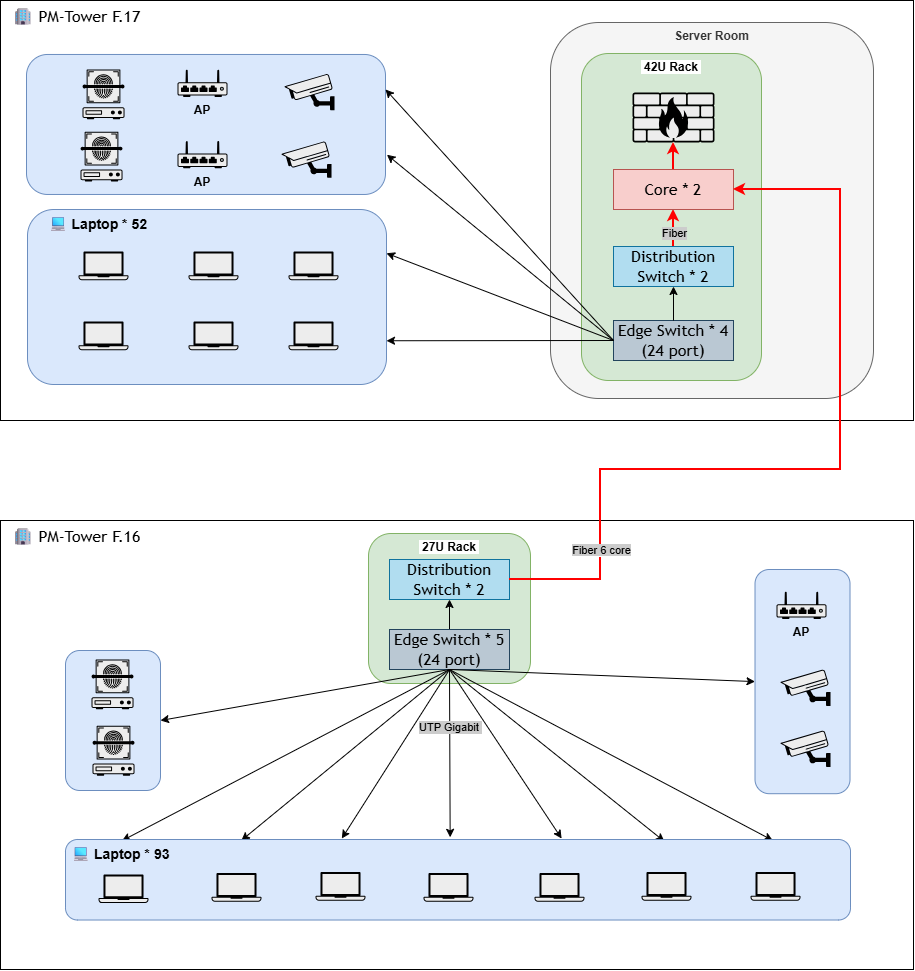
Anurak-Creator/ANURAK-HOMELAB keeps this draw.io diagram as docs/PMTower16-17.drawio.png. Above is the earlier version. Source tidied: cells renumbered, new cells last; positions are measured from the earlier drawing's top-left corner, leaving out a move shared by most shapes.
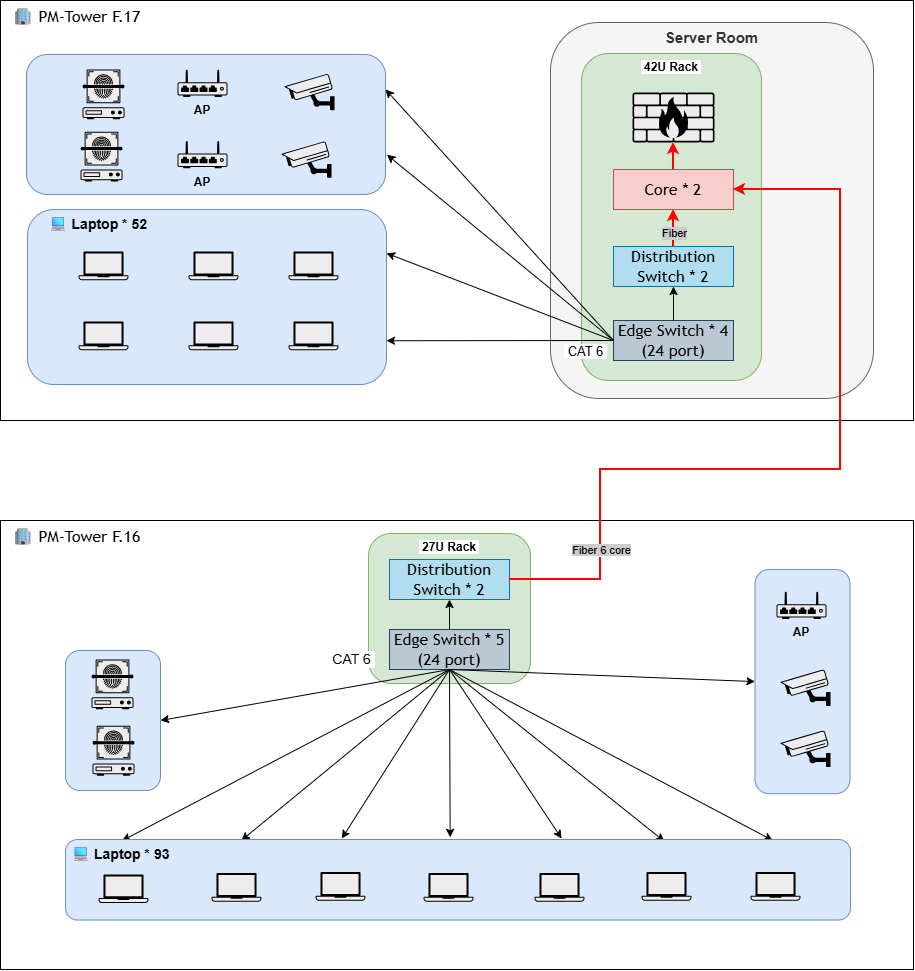
The same diagram one commit later.

Change to the diagram source:
```diff
@@ -38,9 +38,9 @@
     <mxCell id="13" style="endArrow=classic;html=1;rounded=0;exitX=0.5;exitY=1;exitDx=0;exitDy=0;entryX=0.49;entryY=-0.027;entryDx=0;entryDy=0;entryPerimeter=0;" parent="1" edge="1" source="8" target="29">
       <mxGeometry relative="1" as="geometry" />
     </mxCell>
-    <mxCell id="14" value="UTP Gigabit&amp;nbsp;" style="edgeLabel;html=1;align=center;verticalAlign=middle;labelBackgroundColor=#CCCCCC;" parent="13" vertex="1">
+    <mxCell id="14" value="&amp;nbsp;CAT 6&amp;nbsp;" style="edgeLabel;html=1;align=center;verticalAlign=middle;labelBackgroundColor=#FFFFFF;fontSize=14;" parent="13" vertex="1">
       <mxGeometry x="-0.5" y="1" relative="1" as="geometry">
-        <mxPoint x="-1" y="16" as="offset" />
+        <mxPoint x="-100" y="-52" as="offset" />
       </mxGeometry>
     </mxCell>
     <mxCell id="15" style="endArrow=classic;html=1;rounded=0;exitX=0.5;exitY=1;exitDx=0;exitDy=0;entryX=0.632;entryY=-0.012;entryDx=0;entryDy=0;entryPerimeter=0;" parent="1" edge="1" source="8" target="29">
@@ -76,7 +76,7 @@
     <mxCell id="25" style="shape=mxgraph.networks2.icon;fillColor=#EDEDED;strokeColor=#000000;gradientColor=#5B6163;network2IconShadow=1;network2bgFillColor=none;labelPosition=center;verticalLabelPosition=bottom;align=center;verticalAlign=top;network2Icon=mxgraph.networks2.laptop;network2IconW=1;network2IconH=0.5734;" parent="18" vertex="1">
       <mxGeometry x="261" y="150" width="50" height="28.7" as="geometry" />
     </mxCell>
-    <mxCell id="26" value="&lt;b&gt;Server Room&lt;/b&gt;" style="rounded=1;whiteSpace=wrap;html=1;verticalAlign=top;align=center;fillColor=#f5f5f5;fontColor=#333333;strokeColor=#666666;" parent="1" vertex="1">
+    <mxCell id="26" value="&lt;b&gt;&lt;font style=&quot;font-size: 15px;&quot;&gt;Server Room&lt;/font&gt;&lt;/b&gt;" style="rounded=1;whiteSpace=wrap;html=1;verticalAlign=top;align=center;fillColor=#f5f5f5;fontColor=#333333;strokeColor=#666666;" parent="1" vertex="1">
       <mxGeometry x="550" y="22" width="323" height="376" as="geometry" />
     </mxCell>
     <mxCell id="27" style="shape=mxgraph.networks2.icon;fillColor=#EDEDED;strokeColor=#000000;gradientColor=#5B6163;network2IconShadow=1;network2bgFillColor=none;labelPosition=center;verticalLabelPosition=bottom;align=center;verticalAlign=top;network2Icon=mxgraph.networks2.cctv;network2IconXOffset=-0.0002;network2IconYOffset=-0.0355;network2IconW=1.0004;network2IconH=0.7279;" parent="1" vertex="1">
@@ -159,6 +159,11 @@
     <mxCell id="52" style="endArrow=classic;html=1;rounded=0;exitX=0;exitY=0.5;exitDx=0;exitDy=0;entryX=1;entryY=0.75;entryDx=0;entryDy=0;" parent="1" edge="1" source="47" target="19">
       <mxGeometry relative="1" as="geometry" />
     </mxCell>
+    <mxCell id="65" value="&amp;nbsp;CAT 6&amp;nbsp;" style="edgeLabel;html=1;align=center;verticalAlign=middle;fontSize=13;" parent="52" vertex="1">
+      <mxGeometry x="-0.28" y="1" relative="1" as="geometry">
+        <mxPoint x="53" y="9" as="offset" />
+      </mxGeometry>
+    </mxCell>
     <mxCell id="53" style="endArrow=classic;html=1;rounded=0;exitX=1;exitY=0.5;exitDx=0;exitDy=0;entryX=1;entryY=0.5;entryDx=0;entryDy=0;fontColor=#FF0000;strokeColor=#FF0000;strokeWidth=2;" parent="1" edge="1" source="9" target="49">
       <mxGeometry relative="1" as="geometry">
         <Array as="points">
```
